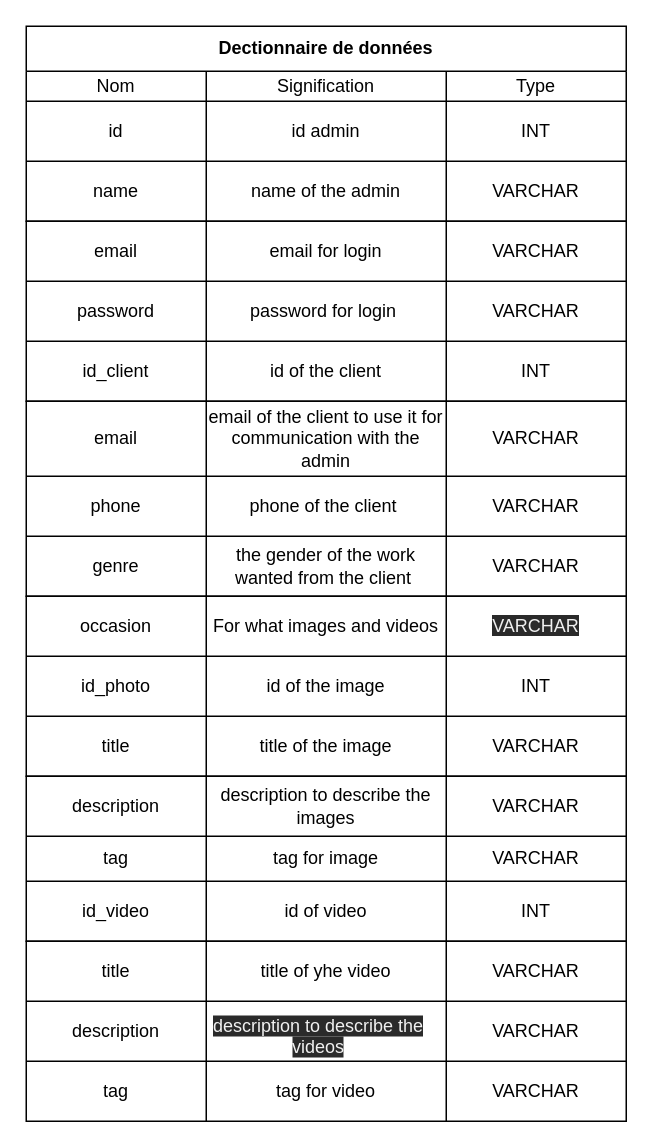
This is Conseption/Conseption-Back/Merise/Dectionnaire de données.dio from Douaa19/PFR, a draw.io file, before an edit. Source tidied: cells renumbered, new cells numbered last; positions are measured from the earlier drawing's top-left corner, leaving out a move shared by most shapes. Both pictures are drawn from the tidied source at 150%, with x=0, y=0 at pixel (26, 26).
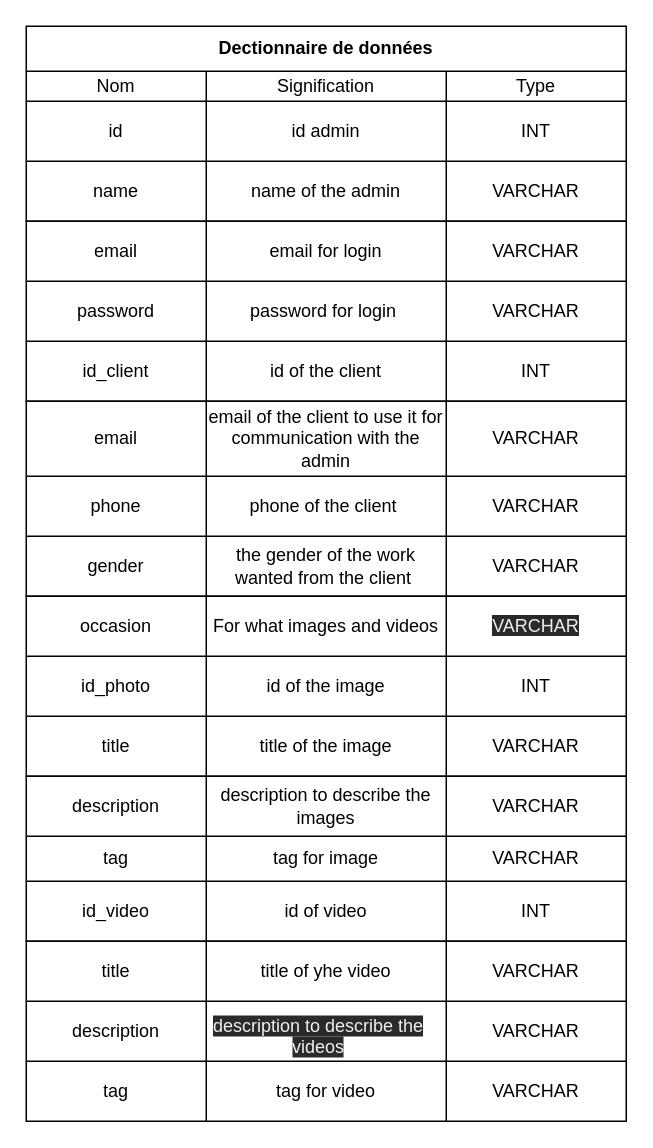
Above is the later version.

Unchanged cells that the change refers to:
```xml
<mxCell id="37" style="shape=partialRectangle;html=1;whiteSpace=wrap;fillColor=none;top=0;left=0;bottom=0;right=0;" parent="28" vertex="1">
  <mxGeometry y="90" width="400" height="40" as="geometry" />
</mxCell>
```

The edit, as a diff of the source:
```diff
@@
-    <mxCell id="38" value="genre" style="shape=partialRectangle;html=1;whiteSpace=wrap;fillColor=none;top=0;left=0;bottom=0;right=0;overflow=hidden;" parent="37" vertex="1">
+    <mxCell id="38" value="gender" style="shape=partialRectangle;html=1;whiteSpace=wrap;fillColor=none;top=0;left=0;bottom=0;right=0;overflow=hidden;" parent="37" vertex="1">
       <mxGeometry width="120" height="40" as="geometry" />
     </mxCell>
```
